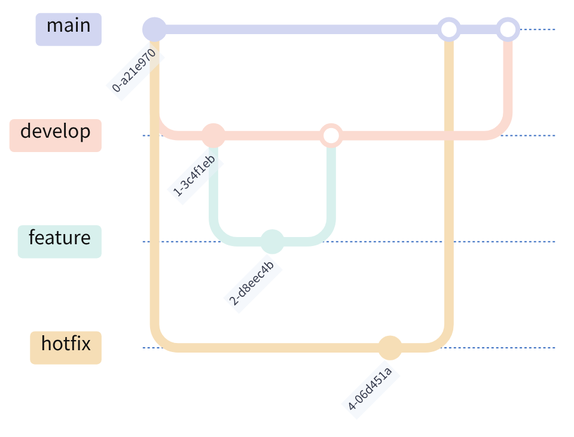
The Mermaid diagram docs/assets/gitgraph.png in huang-hee/diagram-kit, before a commit. Its source is kept beside it as docs/assets/gitgraph.mmd.
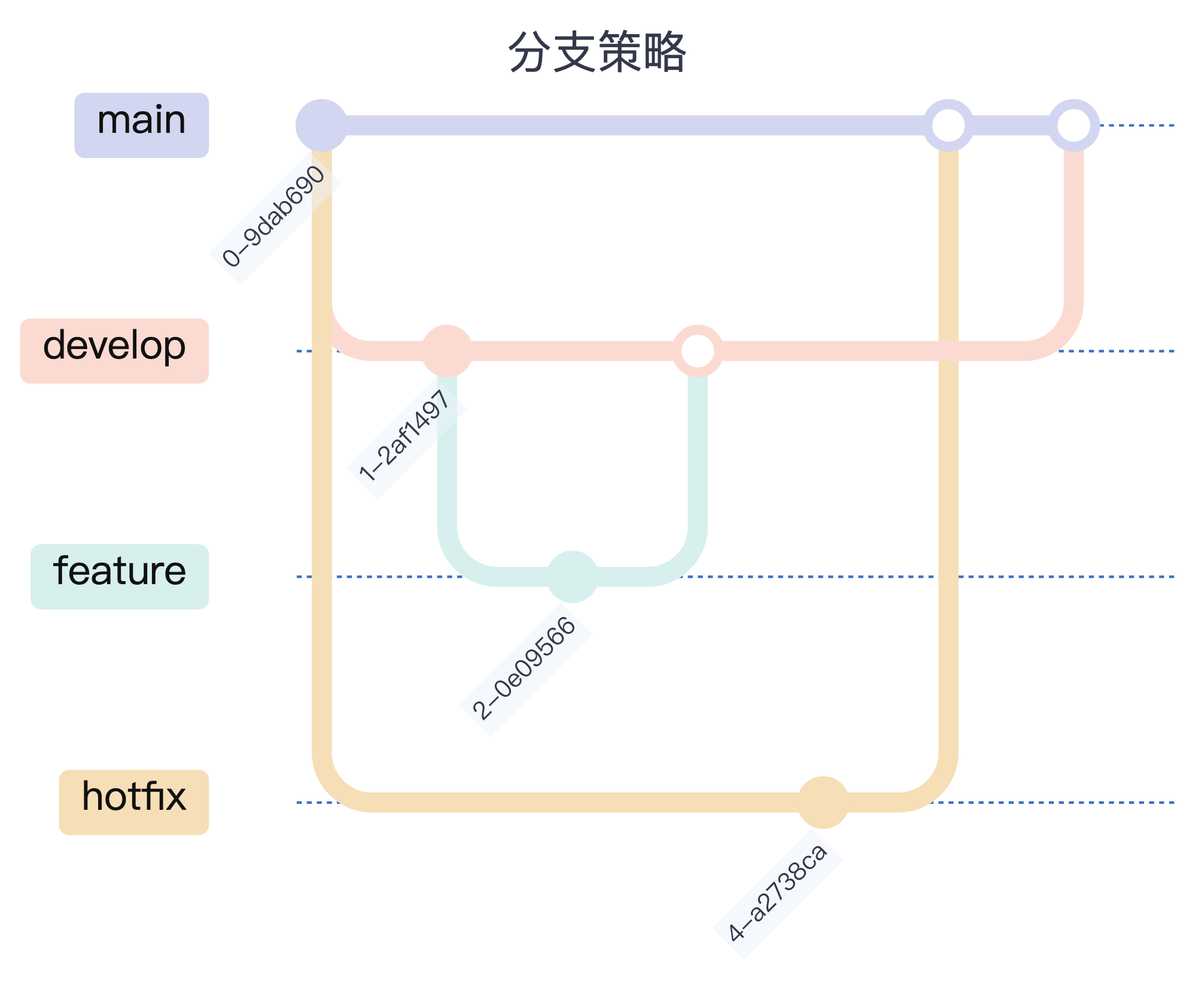
Above is the later version.

Change to the diagram source:
```diff
@@ -1,7 +1,14 @@
 ---
+title: "分支策略"
 config:
   theme: base
   fontFamily: "PingFang SC, Microsoft YaHei, Noto Sans CJK SC, Source Han Sans SC, sans-serif"
+  flowchart:
+    curve: "step"
+    nodeSpacing: 50
+    rankSpacing: 60
+    padding: 12
+    wrappingWidth: 300
   themeVariables:
     background: "#FFFFFF"
     primaryColor: "#FFFFFF"
```
